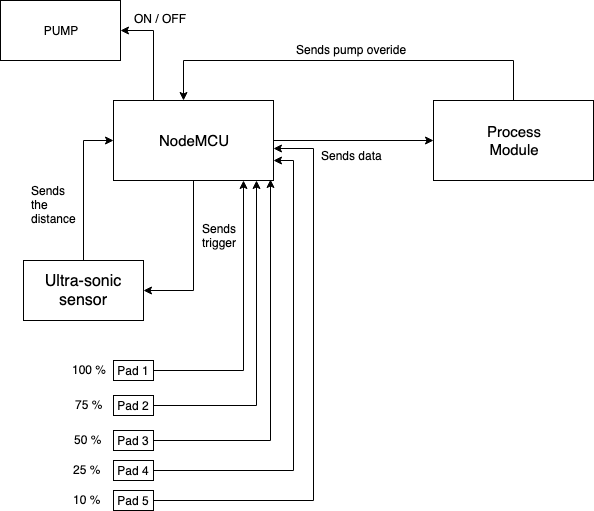
The draw.io diagram documentation/diagrams/water-level-module.png in sashuu69/iot-water-level-indicator, before a commit. Source tidied: cells renumbered, new cells last; positions are measured from the earlier drawing's top-left corner, leaving out a move shared by most shapes.
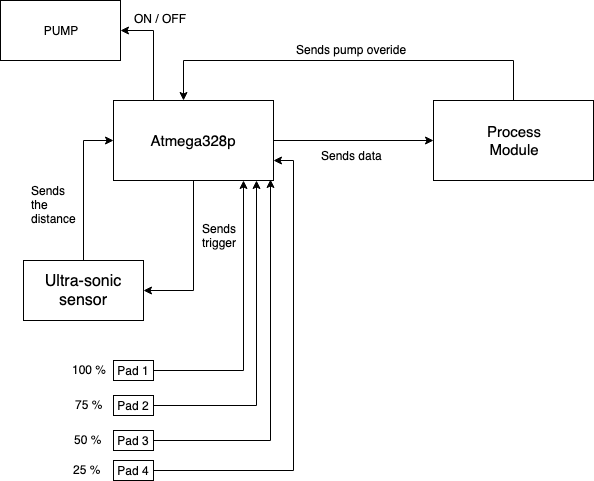
After the commit.

What changed in the source:
```diff
@@ -22,7 +22,7 @@
     <mxCell id="6" style="edgeStyle=orthogonalEdgeStyle;rounded=0;jettySize=auto;html=1;exitX=0.25;exitY=0;exitDx=0;exitDy=0;entryX=1;entryY=0.5;entryDx=0;entryDy=0;" parent="1" edge="1" source="7" target="29">
       <mxGeometry relative="1" as="geometry" />
     </mxCell>
-    <mxCell id="7" value="&lt;font style=&quot;font-size: 15px&quot;&gt;NodeMCU&lt;/font&gt;" style="rounded=0;whiteSpace=wrap;html=1;" parent="1" vertex="1">
+    <mxCell id="7" value="&lt;font style=&quot;font-size: 15px&quot;&gt;Atmega328p&lt;/font&gt;" style="rounded=0;whiteSpace=wrap;html=1;" parent="1" vertex="1">
       <mxGeometry x="113" y="100" width="160" height="80" as="geometry" />
     </mxCell>
     <mxCell id="8" style="edgeStyle=orthogonalEdgeStyle;rounded=0;jettySize=auto;html=1;entryX=0;entryY=0.5;entryDx=0;entryDy=0;" parent="1" edge="1" source="9" target="7">
@@ -96,20 +96,6 @@
     <mxCell id="25" value="100 %" style="text;html=1;align=left;verticalAlign=top;spacingTop=-4;" parent="1" vertex="1">
       <mxGeometry x="70" y="360" width="50" height="20" as="geometry" />
     </mxCell>
-    <mxCell id="26" style="edgeStyle=orthogonalEdgeStyle;rounded=0;jettySize=auto;html=1;entryX=1;entryY=0.6;entryDx=0;entryDy=0;entryPerimeter=0;" parent="1" edge="1" source="27" target="7">
-      <mxGeometry relative="1" as="geometry">
-        <Array as="points">
-          <mxPoint x="313" y="500" />
-          <mxPoint x="313" y="148" />
-        </Array>
-      </mxGeometry>
-    </mxCell>
-    <mxCell id="27" value="Pad 5" style="rounded=0;whiteSpace=wrap;html=1;" parent="1" vertex="1">
-      <mxGeometry x="113" y="490" width="40" height="20" as="geometry" />
-    </mxCell>
-    <mxCell id="28" value="10 %" style="text;html=1;align=left;verticalAlign=top;spacingTop=-4;" parent="1" vertex="1">
-      <mxGeometry x="71" y="490" width="40" height="20" as="geometry" />
-    </mxCell>
     <mxCell id="29" value="PUMP" style="rounded=0;whiteSpace=wrap;html=1;" parent="1" vertex="1">
       <mxGeometry width="120" height="60" as="geometry" />
     </mxCell>
```
